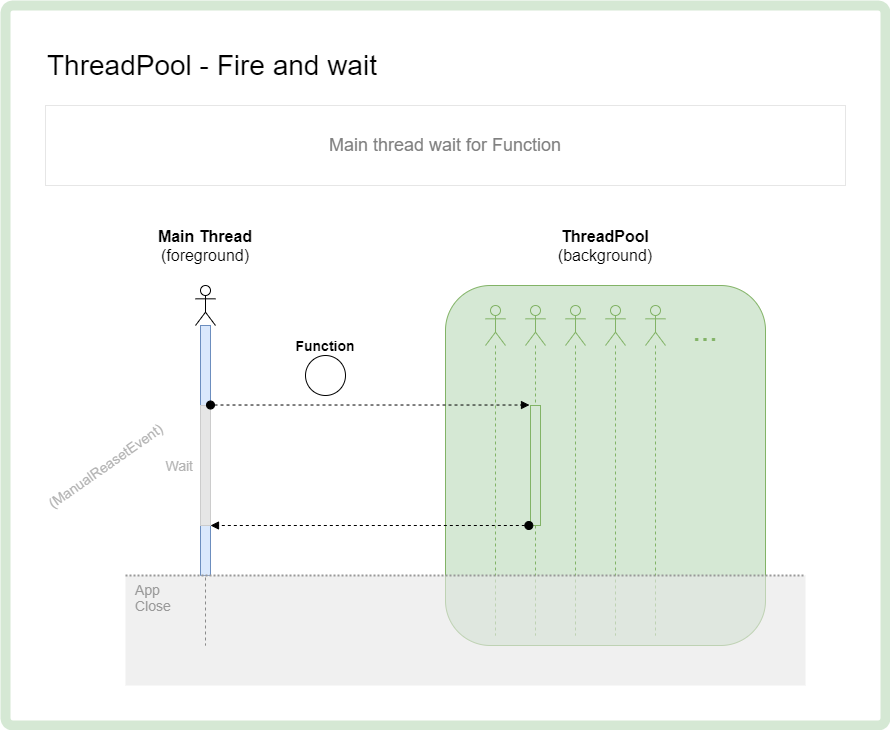
Earlier version of the draw.io export doc/diagrams/07 - thread-pool-03.drawio.png (CSharp-Pills-15mg/Parallel-Evolution). Source tidied: cells renumbered, new cells last; positions are measured from the earlier drawing's top-left corner, leaving out a move shared by most shapes.
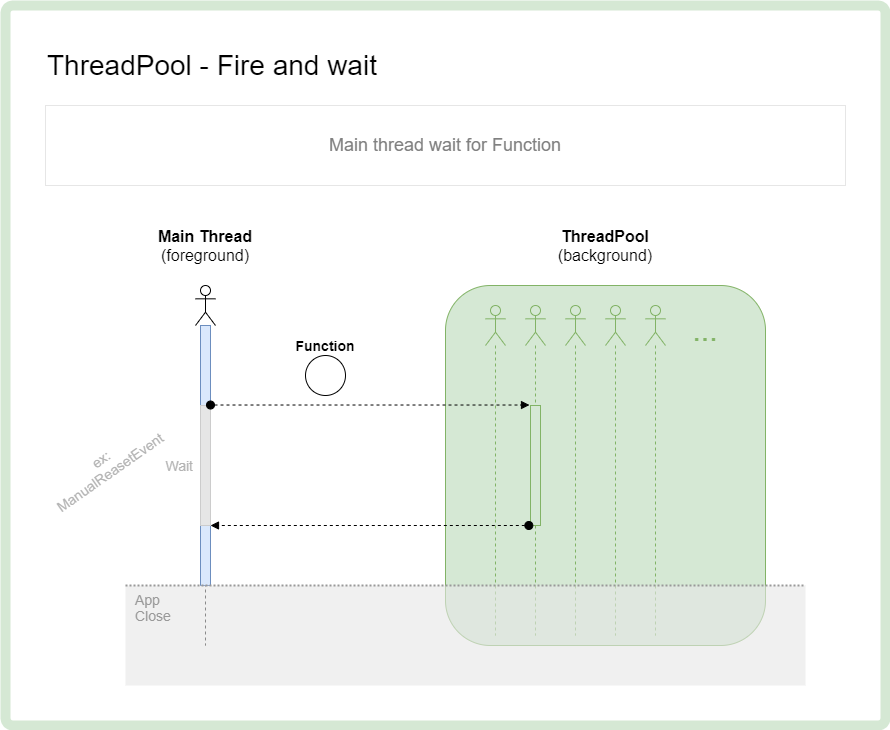
The same diagram one commit later.

The edit, as a diff of the source:
```diff
@@ -9,7 +9,7 @@
       <mxGeometry x="190" y="280" width="20" height="360" as="geometry" />
     </mxCell>
     <mxCell id="4" style="html=1;points=[];perimeter=orthogonalPerimeter;fontSize=18;align=left;fillColor=#dae8fc;strokeColor=#6c8ebf;" parent="3" vertex="1">
-      <mxGeometry x="5" y="40" width="10" height="250" as="geometry" />
+      <mxGeometry x="5" y="40" width="10" height="260" as="geometry" />
     </mxCell>
     <mxCell id="5" style="html=1;perimeter=orthogonalPerimeter;fontSize=18;align=left;fontColor=#333333;fillColor=#E6E6E6;strokeColor=#CCCCCC;" parent="3" vertex="1">
       <mxGeometry x="5" y="120" width="10" height="120" as="geometry" />
@@ -57,7 +57,7 @@
       <mxGeometry x="240" y="30" width="40" height="30" as="geometry" />
     </mxCell>
     <mxCell id="20" value="App&lt;br&gt;Close" style="rounded=0;whiteSpace=wrap;html=1;fontSize=14;align=left;strokeColor=none;fillColor=#E6E6E6;opacity=60;fontColor=#999999;verticalAlign=top;spacingLeft=8;" parent="1" vertex="1">
-      <mxGeometry x="120" y="570" width="680" height="110" as="geometry" />
+      <mxGeometry x="120" y="580" width="680" height="100" as="geometry" />
     </mxCell>
     <mxCell id="21" style="endArrow=none;dashed=1;html=1;dashPattern=1 1;strokeWidth=2;fontSize=14;strokeColor=#999999;entryX=1;entryY=0;entryDx=0;entryDy=0;exitX=0;exitY=0;exitDx=0;exitDy=0;" parent="1" edge="1" source="20" target="20">
       <mxGeometry relative="1" as="geometry" />
@@ -68,7 +68,7 @@
     <mxCell id="23" style="html=1;verticalAlign=bottom;startArrow=oval;endArrow=block;startSize=8;fontSize=14;dashed=1;exitX=-0.167;exitY=1;exitDx=0;exitDy=0;exitPerimeter=0;" parent="1" edge="1" source="15" target="4">
       <mxGeometry relative="1" as="geometry" />
     </mxCell>
-    <mxCell id="24" value="&lt;span&gt;(ManualReasetEvent)&lt;/span&gt;" style="text;html=1;strokeColor=none;fillColor=none;align=center;verticalAlign=middle;whiteSpace=wrap;rounded=0;fontSize=14;fontStyle=0;fontColor=#B3B3B3;rotation=-35;" parent="1" vertex="1">
+    <mxCell id="24" value="&lt;span&gt;ex: ManualReasetEvent&lt;/span&gt;" style="text;html=1;strokeColor=none;fillColor=none;align=center;verticalAlign=middle;whiteSpace=wrap;rounded=0;fontSize=14;fontStyle=0;fontColor=#B3B3B3;rotation=-35;" parent="1" vertex="1">
       <mxGeometry x="60" y="450" width="80" height="20" as="geometry" />
     </mxCell>
     <mxCell id="25" value="&lt;span style=&quot;font-size: 16px&quot;&gt;ThreadPool&lt;br&gt;&lt;span style=&quot;font-weight: normal&quot;&gt;(background)&lt;/span&gt;&lt;br&gt;&lt;/span&gt;" style="text;html=1;strokeColor=none;fillColor=none;align=center;verticalAlign=middle;whiteSpace=wrap;rounded=0;fontSize=16;fontStyle=1;" parent="1" vertex="1">
```
